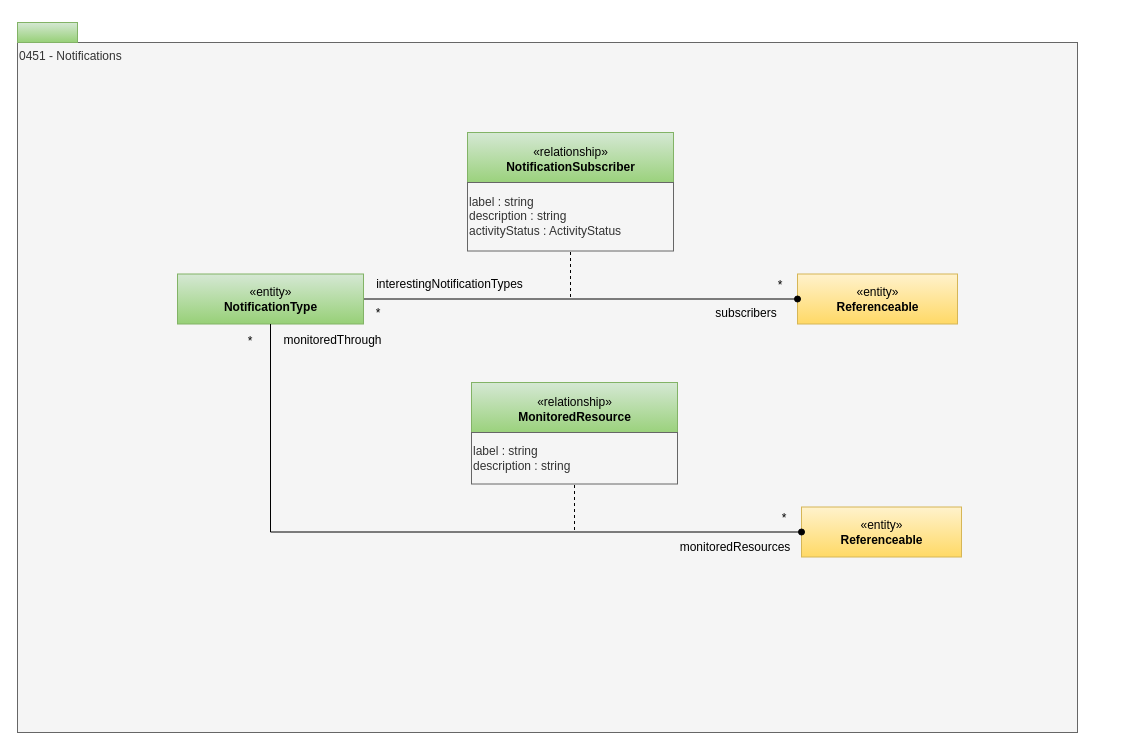
odpi/egeria-docs keeps this draw.io diagram as page "0451-Notifications" (17 of 30) of site/docs/types/4/area-4-governance.drawio. Above is the earlier version. Source tidied: cells renumbered, new cells numbered last; positions are measured from the earlier drawing's top-left corner, leaving out a move shared by most shapes. Both pictures are drawn from the tidied source at 100%, with x=0, y=0 at pixel (17, 22).
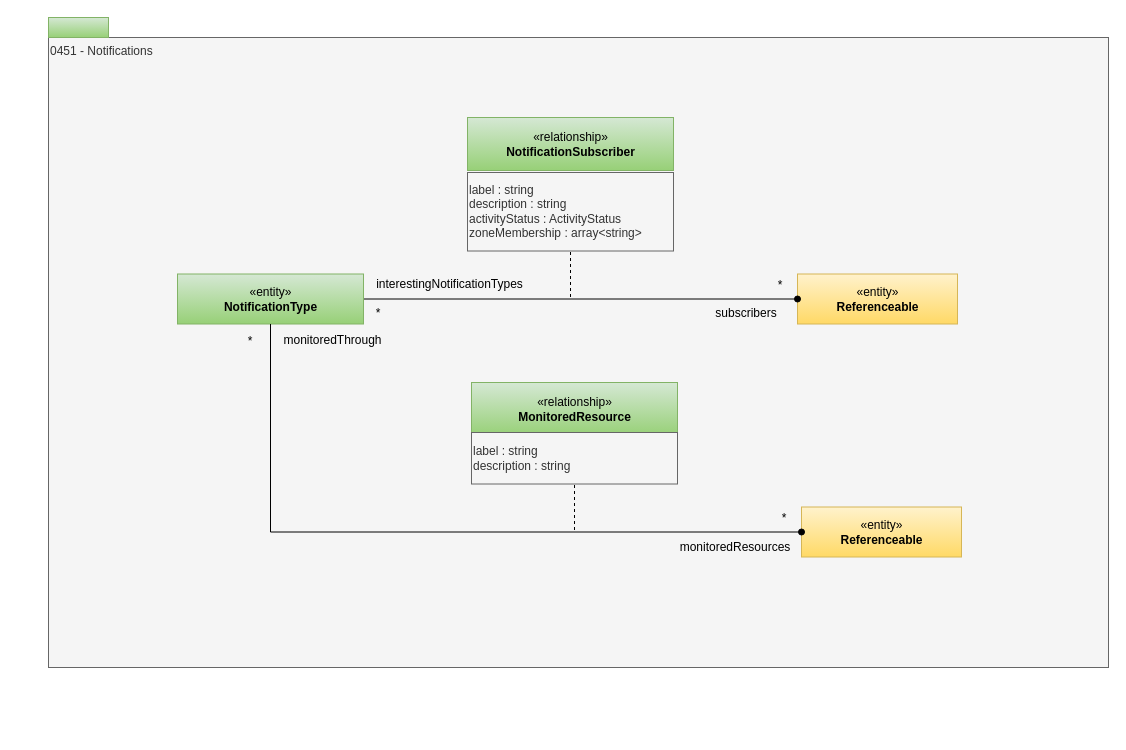
The same diagram, later.

Change to the diagram source:
```diff
@@
     <mxCell id="2" value="0451 - Notifications" style="rounded=0;whiteSpace=wrap;html=1;align=left;verticalAlign=top;fillColor=#f5f5f5;fontColor=#333333;strokeColor=#666666;" parent="1" vertex="1">
-      <mxGeometry y="20" width="1060" height="690" as="geometry" />
+      <mxGeometry x="31" y="15" width="1060" height="630" as="geometry" />
     </mxCell>
@@
     <mxCell id="5" value="«relationship»&lt;br&gt;&lt;b&gt;NotificationSubscriber&lt;/b&gt;" style="html=1;strokeColor=#82b366;align=center;fillColor=#d5e8d4;gradientColor=#97d077;" parent="1" vertex="1">
-      <mxGeometry x="450" y="110" width="206" height="53" as="geometry" />
+      <mxGeometry x="450" y="95" width="206" height="53" as="geometry" />
     </mxCell>
@@
-    <mxCell id="7" value="label : string&lt;div&gt;description : string&lt;/div&gt;&lt;div&gt;activityStatus : ActivityStatus&lt;/div&gt;" style="rounded=0;whiteSpace=wrap;html=1;strokeColor=#666666;align=left;fillColor=#f5f5f5;fontColor=#333333;" parent="1" vertex="1">
-      <mxGeometry x="450" y="160" width="206" height="68.5" as="geometry" />
+    <mxCell id="7" value="label : string&lt;div&gt;description : string&lt;/div&gt;&lt;div&gt;activityStatus : ActivityStatus&lt;/div&gt;&lt;div&gt;zoneMembership : array&amp;lt;string&amp;gt;&lt;/div&gt;" style="rounded=0;whiteSpace=wrap;html=1;strokeColor=#666666;align=left;fillColor=#f5f5f5;fontColor=#333333;" parent="1" vertex="1">
+      <mxGeometry x="450" y="150" width="206" height="78.5" as="geometry" />
     </mxCell>
@@
     <mxCell id="11" style="rounded=0;whiteSpace=wrap;html=1;align=left;fillColor=#d5e8d4;strokeColor=#82b366;gradientColor=#97d077;" parent="1" vertex="1">
-      <mxGeometry width="60" height="20" as="geometry" />
+      <mxGeometry x="31" y="-5" width="60" height="20" as="geometry" />
     </mxCell>
```
